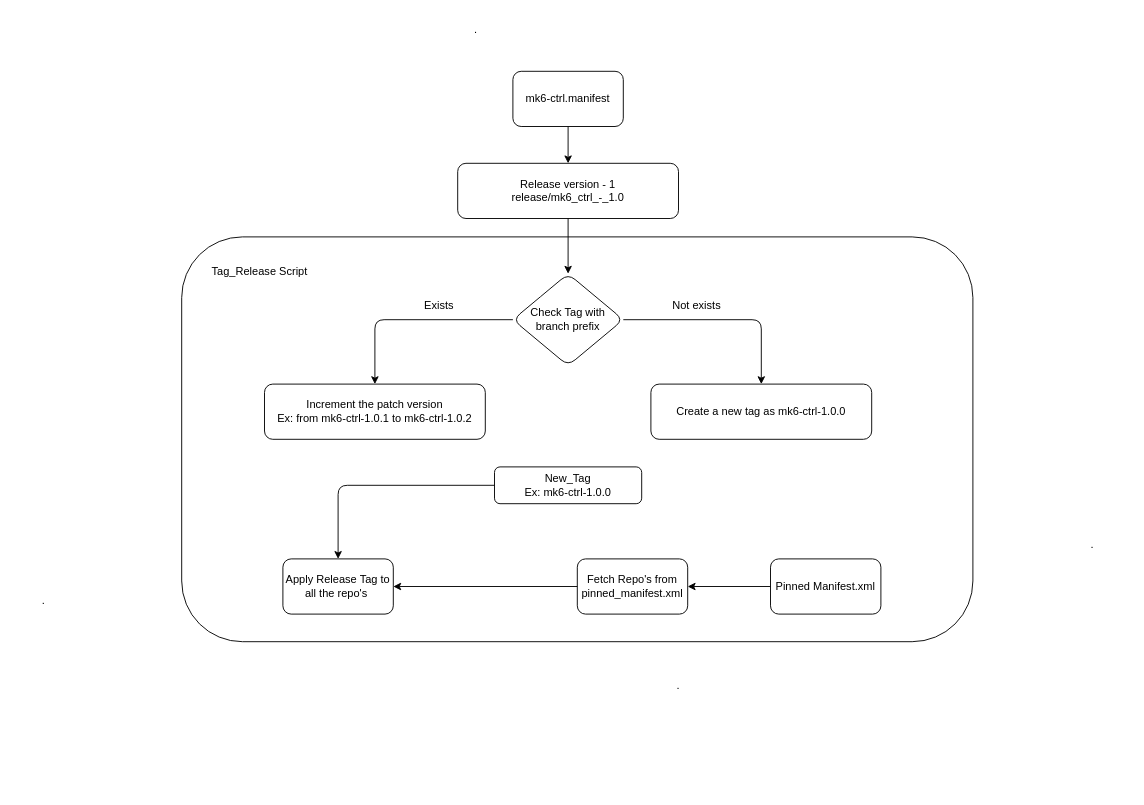
The draw.io diagram page "Page-12" (11 of 11) of Untitled Diagram.drawio in sreelakshmilingamgunta/Azure-Devops, before the edit. Source tidied: cells renumbered, new cells numbered last; positions are measured from the earlier drawing's top-left corner, leaving out a move shared by most shapes. Both pictures are drawn from the tidied source at 92%, with x=0, y=0 at pixel (16, 16).
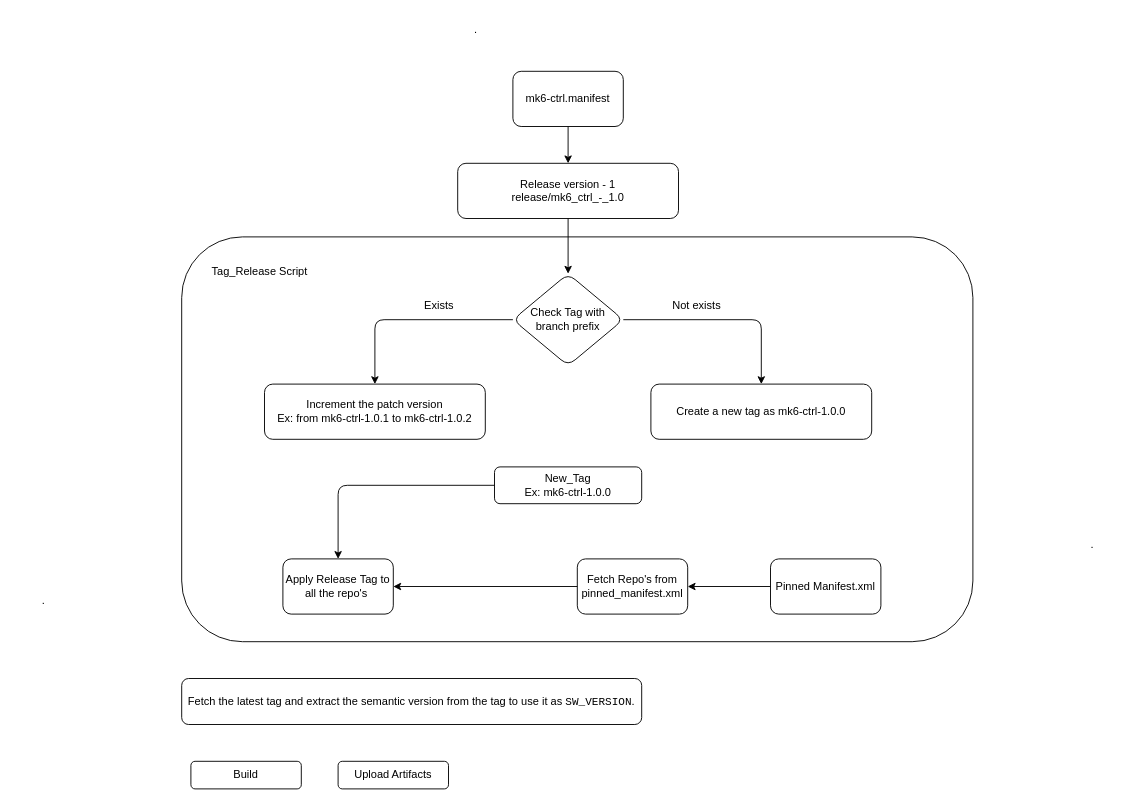
After the change.

What changed in the source:
```diff
@@
-    <mxCell id="25" value=".&lt;div&gt;&lt;br&gt;&lt;/div&gt;" style="text;html=1;align=center;verticalAlign=middle;whiteSpace=wrap;rounded=0;" parent="1" vertex="1">
-      <mxGeometry x="690" y="720" width="60" height="30" as="geometry" />
-    </mxCell>
+    <mxCell id="26" value="Fetch the latest tag and extract the semantic version from the tag to use it as&amp;nbsp;&lt;code&gt;SW_VERSION&lt;/code&gt;." style="rounded=1;whiteSpace=wrap;html=1;" parent="1" vertex="1">
+      <mxGeometry x="180" y="720" width="500" height="50" as="geometry" />
+    </mxCell>
+    <mxCell id="27" value="Build" style="rounded=1;whiteSpace=wrap;html=1;" parent="1" vertex="1">
+      <mxGeometry x="190" y="810" width="120" height="30" as="geometry" />
+    </mxCell>
+    <mxCell id="28" value="Upload Artifacts" style="rounded=1;whiteSpace=wrap;html=1;" parent="1" vertex="1">
+      <mxGeometry x="350" y="810" width="120" height="30" as="geometry" />
+    </mxCell>
```
